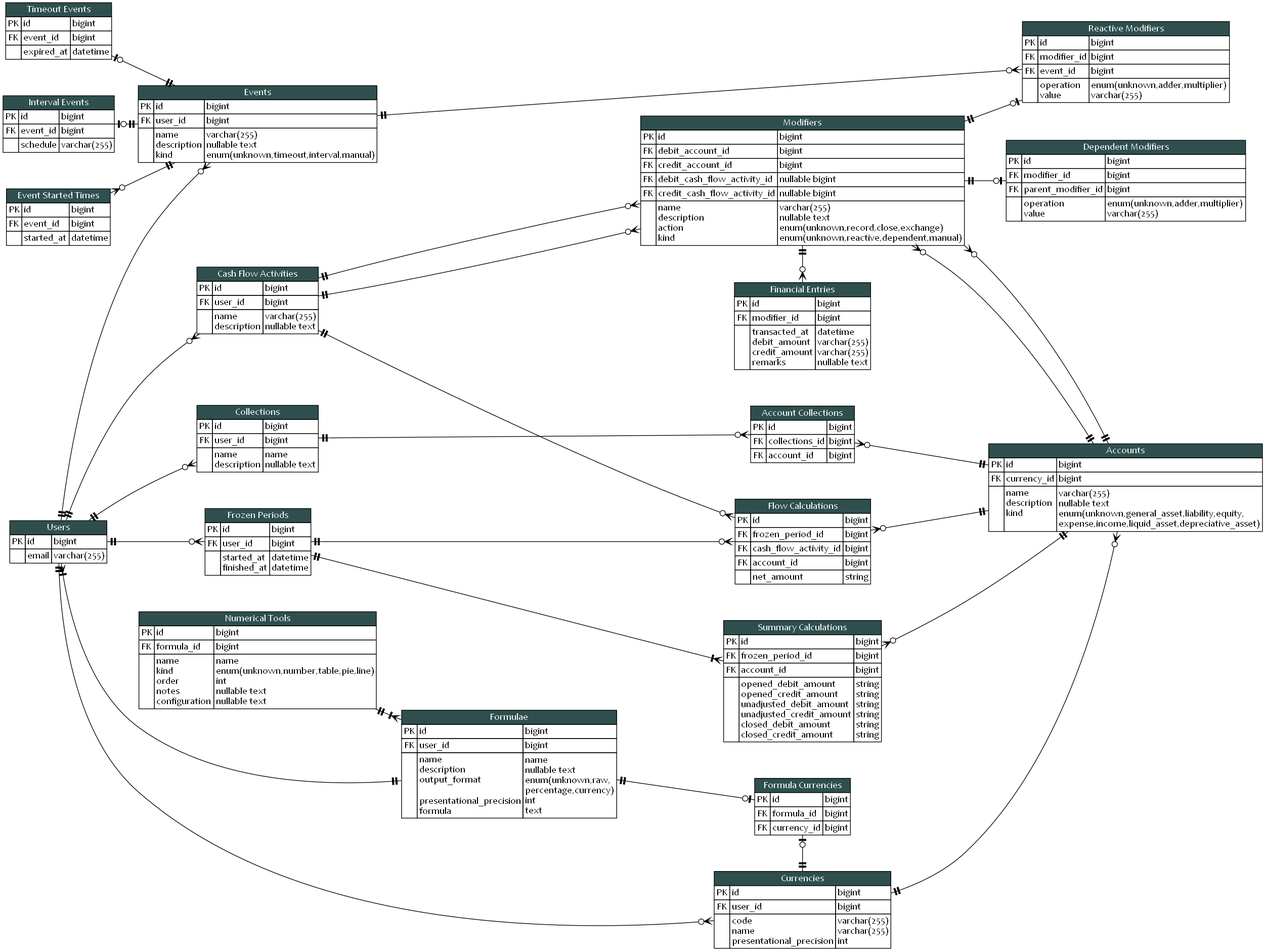
Above: blueprint/erd.png in KennethTrecy/peratorakka_server (Graphviz), before the change. Its source is kept beside it as blueprint/erd.dot.
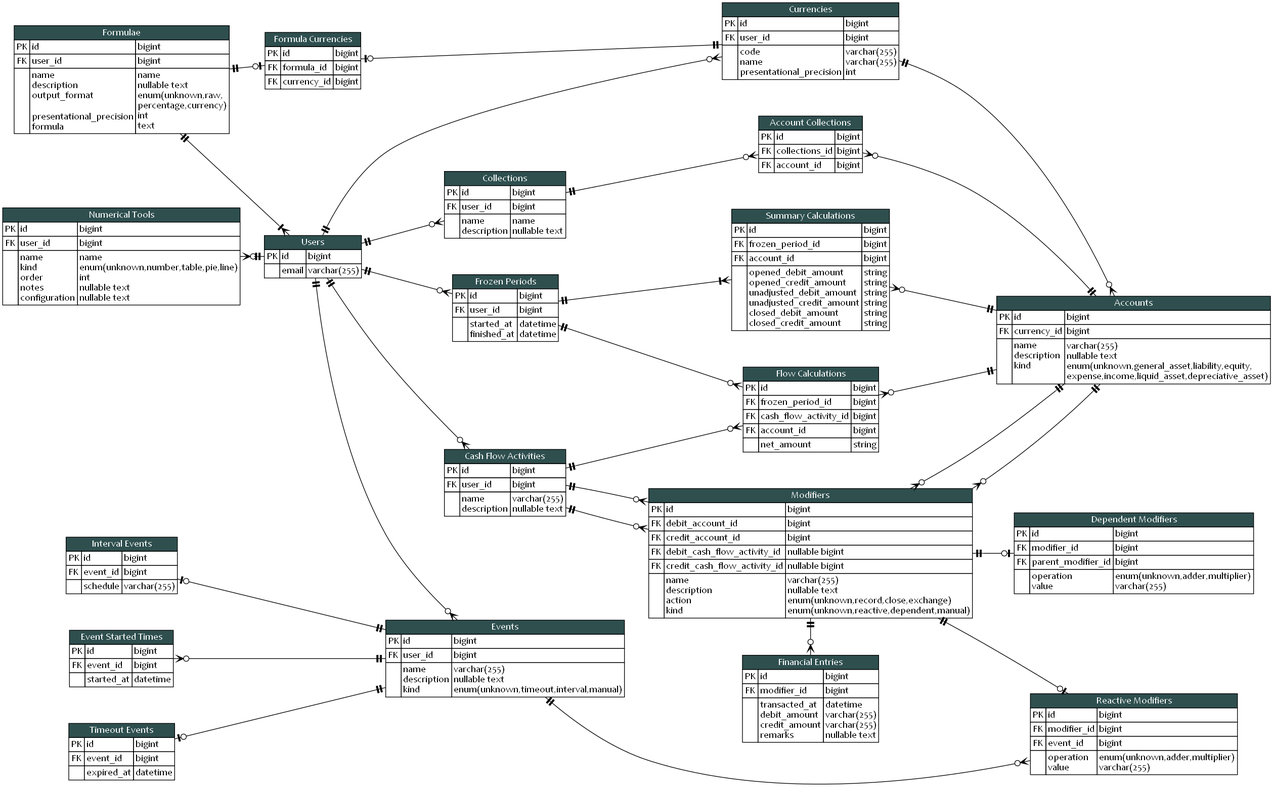
After the change.

Commit message:
docs(blueprint): improve layout

Diff of the diagram source:
```diff
@@ -683,7 +683,7 @@
 				</tr>
 				<tr>
 					<td>FK</td>
-					<td align="left">formula_id</td>
+					<td align="left">user_id</td>
 					<td align="left">bigint</td>
 				</tr>
 				<tr>
@@ -792,6 +792,7 @@
 			arrowtail = nonecrowodot
 		]
 
+		numerical_tools -> users
 	}
 
 	{
@@ -809,7 +810,6 @@
 		]
 
 		frozen_periods -> summary_calculations
-		numerical_tools -> formulae
 	}
 
 	{
@@ -818,7 +818,6 @@
 		]
 
 		collections -> frozen_periods
-		numerical_tools -> users
 	}
 
 	{
@@ -835,17 +834,18 @@
 		interval_events
 		timeout_events
 		event_started_times
+		numerical_tools
+		formulae
+	}
+
+	{
+		rank = same;
 		users
+		formula_currencies
 	}
 
 	{
 		rank = same;
-		formulae
-	}
-
-	{
-		rank = same;
-		numerical_tools
 		collections
 		events
 		cash_flow_activities
@@ -854,7 +854,6 @@
 
 	{
 		rank = same;
-		formula_currencies
 		currencies
 		account_collections
 		flow_calculations
```
